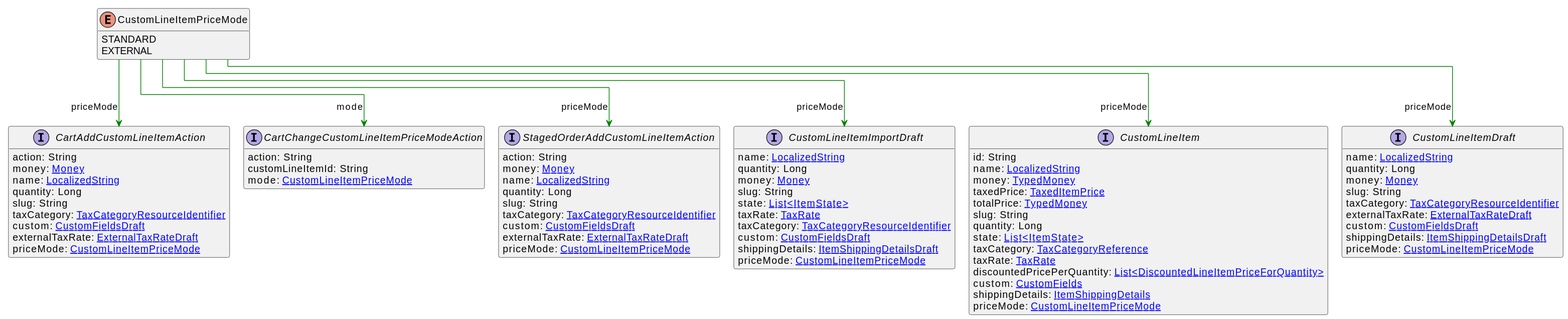
Above: uml/api/svg/CustomLineItemPriceMode.svg in commercetools/commercetools-api-reference (PlantUML), before the change. Its diagram source:
```plantuml
@startuml
!pragma layout elk
hide methods
enum CustomLineItemPriceMode {
    STANDARD
    EXTERNAL
}
interface CustomLineItem [[CustomLineItem.svg]]  {
    id: String
    name: [[LocalizedString.svg LocalizedString]]
    money: [[TypedMoney.svg TypedMoney]]
    taxedPrice: [[TaxedItemPrice.svg TaxedItemPrice]]
    totalPrice: [[TypedMoney.svg TypedMoney]]
    slug: String
    quantity: Long
    state: [[ItemState.svg List<ItemState>]]
    taxCategory: [[TaxCategoryReference.svg TaxCategoryReference]]
    taxRate: [[TaxRate.svg TaxRate]]
    discountedPricePerQuantity: [[DiscountedLineItemPriceForQuantity.svg List<DiscountedLineItemPriceForQuantity>]]
    custom: [[CustomFields.svg CustomFields]]
    shippingDetails: [[ItemShippingDetails.svg ItemShippingDetails]]
    priceMode: [[CustomLineItemPriceMode.svg CustomLineItemPriceMode]]
}
interface CustomLineItemDraft [[CustomLineItemDraft.svg]]  {
    name: [[LocalizedString.svg LocalizedString]]
    quantity: Long
    money: [[Money.svg Money]]
    slug: String
    taxCategory: [[TaxCategoryResourceIdentifier.svg TaxCategoryResourceIdentifier]]
    externalTaxRate: [[ExternalTaxRateDraft.svg ExternalTaxRateDraft]]
    custom: [[CustomFieldsDraft.svg CustomFieldsDraft]]
    shippingDetails: [[ItemShippingDetailsDraft.svg ItemShippingDetailsDraft]]
    priceMode: [[CustomLineItemPriceMode.svg CustomLineItemPriceMode]]
}
interface CartAddCustomLineItemAction [[CartAddCustomLineItemAction.svg]]  {
    action: String
    money: [[Money.svg Money]]
    name: [[LocalizedString.svg LocalizedString]]
    quantity: Long
    slug: String
    taxCategory: [[TaxCategoryResourceIdentifier.svg TaxCategoryResourceIdentifier]]
    custom: [[CustomFieldsDraft.svg CustomFieldsDraft]]
    externalTaxRate: [[ExternalTaxRateDraft.svg ExternalTaxRateDraft]]
    priceMode: [[CustomLineItemPriceMode.svg CustomLineItemPriceMode]]
}
interface CartChangeCustomLineItemPriceModeAction [[CartChangeCustomLineItemPriceModeAction.svg]]  {
    action: String
    customLineItemId: String
    mode: [[CustomLineItemPriceMode.svg CustomLineItemPriceMode]]
}
interface StagedOrderAddCustomLineItemAction [[StagedOrderAddCustomLineItemAction.svg]]  {
    action: String
    money: [[Money.svg Money]]
    name: [[LocalizedString.svg LocalizedString]]
    quantity: Long
    slug: String
    taxCategory: [[TaxCategoryResourceIdentifier.svg TaxCategoryResourceIdentifier]]
    custom: [[CustomFieldsDraft.svg CustomFieldsDraft]]
    externalTaxRate: [[ExternalTaxRateDraft.svg ExternalTaxRateDraft]]
    priceMode: [[CustomLineItemPriceMode.svg CustomLineItemPriceMode]]
}
interface CustomLineItemImportDraft [[CustomLineItemImportDraft.svg]]  {
    name: [[LocalizedString.svg LocalizedString]]
    quantity: Long
    money: [[Money.svg Money]]
    slug: String
    state: [[ItemState.svg List<ItemState>]]
    taxRate: [[TaxRate.svg TaxRate]]
    taxCategory: [[TaxCategoryResourceIdentifier.svg TaxCategoryResourceIdentifier]]
    custom: [[CustomFieldsDraft.svg CustomFieldsDraft]]
    shippingDetails: [[ItemShippingDetailsDraft.svg ItemShippingDetailsDraft]]
    priceMode: [[CustomLineItemPriceMode.svg CustomLineItemPriceMode]]
}
CustomLineItemPriceMode --> CustomLineItem #green;text:green : "priceMode"
CustomLineItemPriceMode --> CustomLineItemDraft #green;text:green : "priceMode"
CustomLineItemPriceMode --> CartAddCustomLineItemAction #green;text:green : "priceMode"
CustomLineItemPriceMode --> CartChangeCustomLineItemPriceModeAction #green;text:green : "mode"
CustomLineItemPriceMode --> StagedOrderAddCustomLineItemAction #green;text:green : "priceMode"
CustomLineItemPriceMode --> CustomLineItemImportDraft #green;text:green : "priceMode"
@enduml
```
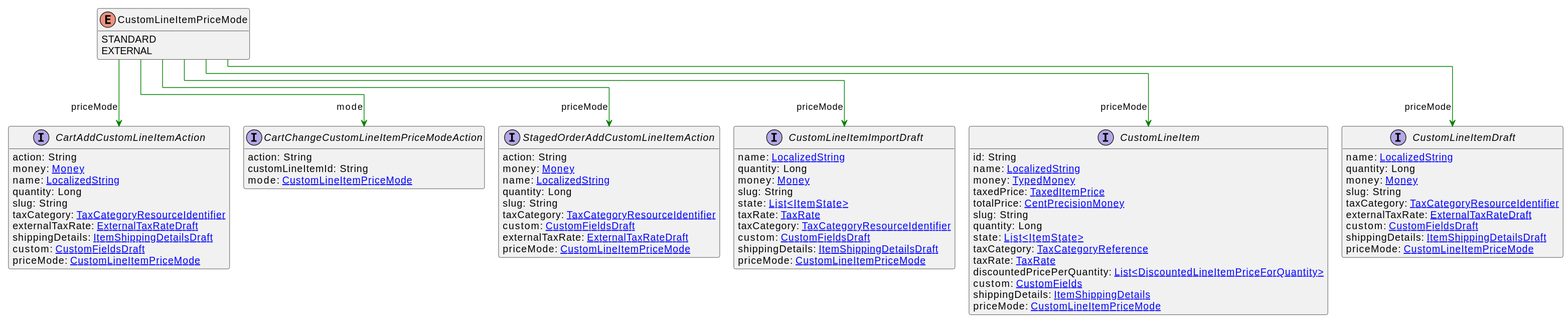
Above is the later version.

The edit, as a diff of the source:
```diff
@@ -10,7 +10,7 @@
     name: [[LocalizedString.svg LocalizedString]]
     money: [[TypedMoney.svg TypedMoney]]
     taxedPrice: [[TaxedItemPrice.svg TaxedItemPrice]]
-    totalPrice: [[TypedMoney.svg TypedMoney]]
+    totalPrice: [[CentPrecisionMoney.svg CentPrecisionMoney]]
     slug: String
     quantity: Long
     state: [[ItemState.svg List<ItemState>]]
@@ -39,8 +39,9 @@
     quantity: Long
     slug: String
     taxCategory: [[TaxCategoryResourceIdentifier.svg TaxCategoryResourceIdentifier]]
+    externalTaxRate: [[ExternalTaxRateDraft.svg ExternalTaxRateDraft]]
+    shippingDetails: [[ItemShippingDetailsDraft.svg ItemShippingDetailsDraft]]
     custom: [[CustomFieldsDraft.svg CustomFieldsDraft]]
-    externalTaxRate: [[ExternalTaxRateDraft.svg ExternalTaxRateDraft]]
     priceMode: [[CustomLineItemPriceMode.svg CustomLineItemPriceMode]]
 }
 interface CartChangeCustomLineItemPriceModeAction [[CartChangeCustomLineItemPriceModeAction.svg]]  {
```
